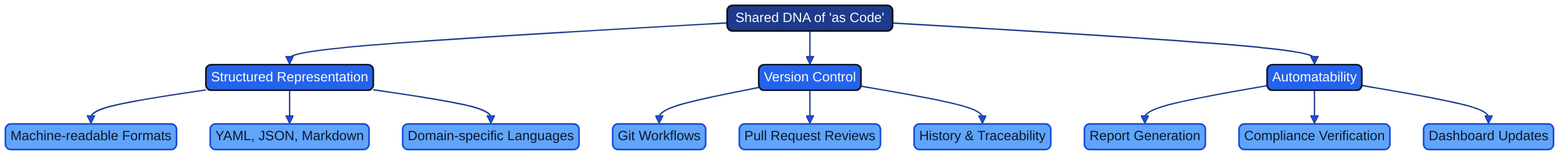
Geonitab/architecture_as_code keeps this Mermaid diagram as docs/images/mindmap_23a_shared_dna.png. Above is the earlier version. Its source is kept beside it as docs/images/mindmap_23a_shared_dna.mmd.
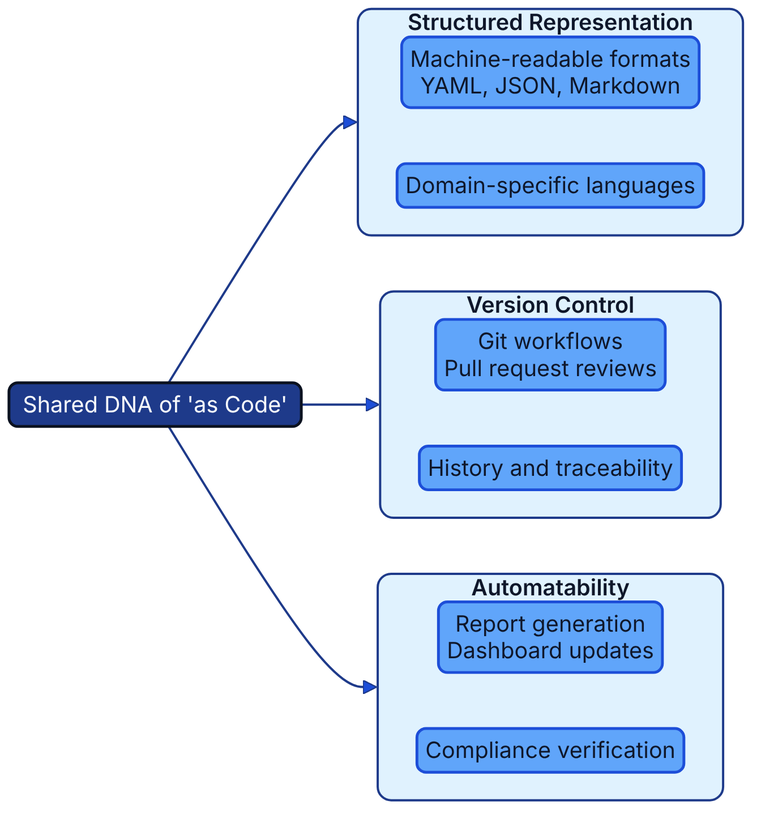
Above is the later version.

What changed in the source:
```diff
@@ -1,14 +1,23 @@
-graph TD
+flowchart LR
     ROOT(["Shared DNA of 'as Code'"]):::geon-primary
-    ROOT --> SR["Structured Representation"]:::geon-accent
-    ROOT --> VC["Version Control"]:::geon-accent
-    ROOT --> AUTO["Automatability"]:::geon-accent
-    SR --> SR1["Machine-readable Formats"]:::geon-highlight
-    SR --> SR2["YAML, JSON, Markdown"]:::geon-highlight
-    SR --> SR3["Domain-specific Languages"]:::geon-highlight
-    VC --> VC1["Git Workflows"]:::geon-highlight
-    VC --> VC2["Pull Request Reviews"]:::geon-highlight
-    VC --> VC3["History & Traceability"]:::geon-highlight
-    AUTO --> AUTO1["Report Generation"]:::geon-highlight
-    AUTO --> AUTO2["Compliance Verification"]:::geon-highlight
-    AUTO --> AUTO3["Dashboard Updates"]:::geon-highlight
+    subgraph SR["Structured Representation"]
+        direction TB
+        SR1["Machine-readable formats<br/>YAML, JSON, Markdown"]:::geon-highlight
+        SR2["Domain-specific languages"]:::geon-highlight
+        SR1 ~~~ SR2
+    end
+    subgraph VC["Version Control"]
+        direction TB
+        VC1["Git workflows<br/>Pull request reviews"]:::geon-highlight
+        VC2["History and traceability"]:::geon-highlight
+        VC1 ~~~ VC2
+    end
+    subgraph AUTO["Automatability"]
+        direction TB
+        AUTO1["Report generation<br/>Dashboard updates"]:::geon-highlight
+        AUTO2["Compliance verification"]:::geon-highlight
+        AUTO1 ~~~ AUTO2
+    end
+    ROOT --> SR
+    ROOT --> VC
+    ROOT --> AUTO
```
